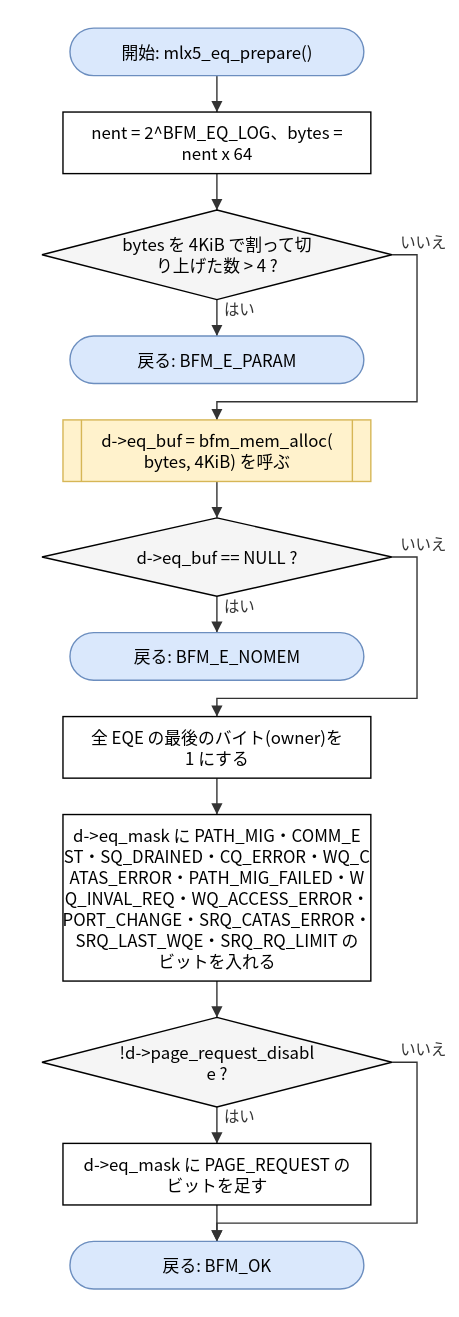
Before: doc/spec/images/flow_src_mlx5_cmd-mlx5_eq_prepare.drawio.svg, a diagram exported from draw.io (hf355051012-ai/bfmem). Source tidied: cells renumbered, new cells last; positions are measured from the earlier drawing's top-left corner, leaving out a move shared by most shapes. The source it was exported from:
```xml
<mxGraphModel>
  <root>
    <mxCell id="0" />
    <mxCell id="1" parent="0" />
    <mxCell id="2" value="開始: mlx5_eq_prepare()" style="rounded=1;arcSize=50;whiteSpace=wrap;html=1;fillColor=#dae8fc;strokeColor=#6c8ebf;" parent="1" vertex="1">
      <mxGeometry x="20" width="210" height="34" as="geometry" />
    </mxCell>
    <mxCell id="3" value="nent = 2^BFM_EQ_LOG、bytes =&lt;br&gt;nent x 64" style="rounded=0;whiteSpace=wrap;html=1;" parent="1" vertex="1">
      <mxGeometry x="15" y="60" width="220" height="44" as="geometry" />
    </mxCell>
    <mxCell id="4" value="bytes を 4KiB で割って切&lt;br&gt;り上げた数 &amp;gt; 4 ?" style="rhombus;whiteSpace=wrap;html=1;fillColor=#f5f5f5;" parent="1" vertex="1">
      <mxGeometry y="130" width="250" height="64" as="geometry" />
    </mxCell>
    <mxCell id="5" value="戻る: BFM_E_PARAM" style="rounded=1;arcSize=50;whiteSpace=wrap;html=1;fillColor=#dae8fc;strokeColor=#6c8ebf;" parent="1" vertex="1">
      <mxGeometry x="20" y="220" width="210" height="34" as="geometry" />
    </mxCell>
    <mxCell id="6" value="d-&amp;gt;eq_buf = bfm_mem_alloc(&lt;br&gt;bytes, 4KiB) を呼ぶ" style="shape=process;whiteSpace=wrap;html=1;backgroundOutline=1;size=0.06;fillColor=#fff2cc;strokeColor=#d6b656;" parent="1" vertex="1">
      <mxGeometry x="15" y="280" width="220" height="44" as="geometry" />
    </mxCell>
    <mxCell id="7" value="d-&amp;gt;eq_buf == NULL ?" style="rhombus;whiteSpace=wrap;html=1;fillColor=#f5f5f5;" parent="1" vertex="1">
      <mxGeometry y="350" width="250" height="56" as="geometry" />
    </mxCell>
    <mxCell id="8" value="戻る: BFM_E_NOMEM" style="rounded=1;arcSize=50;whiteSpace=wrap;html=1;fillColor=#dae8fc;strokeColor=#6c8ebf;" parent="1" vertex="1">
      <mxGeometry x="20" y="432" width="210" height="34" as="geometry" />
    </mxCell>
    <mxCell id="9" value="全 EQE の最後のバイト(owner)を&lt;br&gt;1 にする" style="rounded=0;whiteSpace=wrap;html=1;" parent="1" vertex="1">
      <mxGeometry x="15" y="492" width="220" height="44" as="geometry" />
    </mxCell>
    <mxCell id="10" value="d-&amp;gt;eq_mask に PATH_MIG・COMM_E&lt;br&gt;ST・SQ_DRAINED・CQ_ERROR・WQ_C&lt;br&gt;ATAS_ERROR・PATH_MIG_FAILED・W&lt;br&gt;Q_INVAL_REQ・WQ_ACCESS_ERROR・&lt;br&gt;PORT_CHANGE・SRQ_CATAS_ERROR・&lt;br&gt;SRQ_LAST_WQE・SRQ_RQ_LIMIT の&lt;br&gt;ビットを入れる" style="rounded=0;whiteSpace=wrap;html=1;" parent="1" vertex="1">
      <mxGeometry x="15" y="562" width="220" height="119" as="geometry" />
    </mxCell>
    <mxCell id="11" value="!d-&amp;gt;page_request_disabl&lt;br&gt;e ?" style="rhombus;whiteSpace=wrap;html=1;fillColor=#f5f5f5;" parent="1" vertex="1">
      <mxGeometry y="707" width="250" height="64" as="geometry" />
    </mxCell>
    <mxCell id="12" value="d-&amp;gt;eq_mask に PAGE_REQUEST の&lt;br&gt;ビットを足す" style="rounded=0;whiteSpace=wrap;html=1;" parent="1" vertex="1">
      <mxGeometry x="15" y="797" width="220" height="44" as="geometry" />
    </mxCell>
    <mxCell id="13" value="戻る: BFM_OK" style="rounded=1;arcSize=50;whiteSpace=wrap;html=1;fillColor=#dae8fc;strokeColor=#6c8ebf;" parent="1" vertex="1">
      <mxGeometry x="20" y="867" width="210" height="34" as="geometry" />
    </mxCell>
    <mxCell id="14" style="edgeStyle=none;html=1;rounded=0;endArrow=block;endFill=1;exitX=0.5000;exitY=1.0000;exitDx=0;exitDy=0;exitPerimeter=0;entryX=0.5000;entryY=0.0000;entryDx=0;entryDy=0;entryPerimeter=0;" parent="1" edge="1" source="2" target="3">
      <mxGeometry relative="1" as="geometry" />
    </mxCell>
    <mxCell id="15" style="edgeStyle=none;html=1;rounded=0;endArrow=block;endFill=1;exitX=0.5000;exitY=1.0000;exitDx=0;exitDy=0;exitPerimeter=0;entryX=0.5000;entryY=0.0000;entryDx=0;entryDy=0;entryPerimeter=0;" parent="1" edge="1" source="3" target="4">
      <mxGeometry relative="1" as="geometry" />
    </mxCell>
    <mxCell id="16" value="はい" style="edgeStyle=none;html=1;rounded=0;endArrow=block;endFill=1;exitX=0.5000;exitY=1.0000;exitDx=0;exitDy=0;exitPerimeter=0;entryX=0.5000;entryY=0.0000;entryDx=0;entryDy=0;entryPerimeter=0;" parent="1" edge="1" source="4" target="5">
      <mxGeometry relative="1" as="geometry" />
    </mxCell>
    <mxCell id="17" value="いいえ" style="edgeStyle=none;html=1;rounded=0;endArrow=block;endFill=1;exitX=1.0000;exitY=0.5000;exitDx=0;exitDy=0;exitPerimeter=0;entryX=0.5000;entryY=0.0000;entryDx=0;entryDy=0;entryPerimeter=0;" parent="1" edge="1" source="4" target="6">
      <mxGeometry relative="1" as="geometry">
        <Array as="points">
          <mxPoint x="268" y="162" />
          <mxPoint x="268" y="267" />
          <mxPoint x="125" y="267" />
        </Array>
      </mxGeometry>
    </mxCell>
    <mxCell id="18" style="edgeStyle=none;html=1;rounded=0;endArrow=block;endFill=1;exitX=0.5000;exitY=1.0000;exitDx=0;exitDy=0;exitPerimeter=0;entryX=0.5000;entryY=0.0000;entryDx=0;entryDy=0;entryPerimeter=0;" parent="1" edge="1" source="6" target="7">
      <mxGeometry relative="1" as="geometry" />
    </mxCell>
    <mxCell id="19" value="はい" style="edgeStyle=none;html=1;rounded=0;endArrow=block;endFill=1;exitX=0.5000;exitY=1.0000;exitDx=0;exitDy=0;exitPerimeter=0;entryX=0.5000;entryY=0.0000;entryDx=0;entryDy=0;entryPerimeter=0;" parent="1" edge="1" source="7" target="8">
      <mxGeometry relative="1" as="geometry" />
    </mxCell>
    <mxCell id="20" value="いいえ" style="edgeStyle=none;html=1;rounded=0;endArrow=block;endFill=1;exitX=1.0000;exitY=0.5000;exitDx=0;exitDy=0;exitPerimeter=0;entryX=0.5000;entryY=0.0000;entryDx=0;entryDy=0;entryPerimeter=0;" parent="1" edge="1" source="7" target="9">
      <mxGeometry relative="1" as="geometry">
        <Array as="points">
          <mxPoint x="268" y="378" />
          <mxPoint x="268" y="479" />
          <mxPoint x="125" y="479" />
        </Array>
      </mxGeometry>
    </mxCell>
    <mxCell id="21" style="edgeStyle=none;html=1;rounded=0;endArrow=block;endFill=1;exitX=0.5000;exitY=1.0000;exitDx=0;exitDy=0;exitPerimeter=0;entryX=0.5000;entryY=0.0000;entryDx=0;entryDy=0;entryPerimeter=0;" parent="1" edge="1" source="9" target="10">
      <mxGeometry relative="1" as="geometry" />
    </mxCell>
    <mxCell id="22" style="edgeStyle=none;html=1;rounded=0;endArrow=block;endFill=1;exitX=0.5000;exitY=1.0000;exitDx=0;exitDy=0;exitPerimeter=0;entryX=0.5000;entryY=0.0000;entryDx=0;entryDy=0;entryPerimeter=0;" parent="1" edge="1" source="10" target="11">
      <mxGeometry relative="1" as="geometry" />
    </mxCell>
    <mxCell id="23" value="はい" style="edgeStyle=none;html=1;rounded=0;endArrow=block;endFill=1;exitX=0.5000;exitY=1.0000;exitDx=0;exitDy=0;exitPerimeter=0;entryX=0.5000;entryY=0.0000;entryDx=0;entryDy=0;entryPerimeter=0;" parent="1" edge="1" source="11" target="12">
      <mxGeometry relative="1" as="geometry" />
    </mxCell>
    <mxCell id="24" style="edgeStyle=none;html=1;rounded=0;endArrow=block;endFill=1;exitX=0.5000;exitY=1.0000;exitDx=0;exitDy=0;exitPerimeter=0;entryX=0.5000;entryY=0.0000;entryDx=0;entryDy=0;entryPerimeter=0;" parent="1" edge="1" source="12" target="13">
      <mxGeometry relative="1" as="geometry" />
    </mxCell>
    <mxCell id="25" value="いいえ" style="edgeStyle=none;html=1;rounded=0;endArrow=block;endFill=1;exitX=1.0000;exitY=0.5000;exitDx=0;exitDy=0;exitPerimeter=0;entryX=0.5000;entryY=0.0000;entryDx=0;entryDy=0;entryPerimeter=0;" parent="1" edge="1" source="11" target="13">
      <mxGeometry relative="1" as="geometry">
        <Array as="points">
          <mxPoint x="268" y="739" />
          <mxPoint x="268" y="854" />
          <mxPoint x="125" y="854" />
        </Array>
      </mxGeometry>
    </mxCell>
  </root>
</mxGraphModel>
```
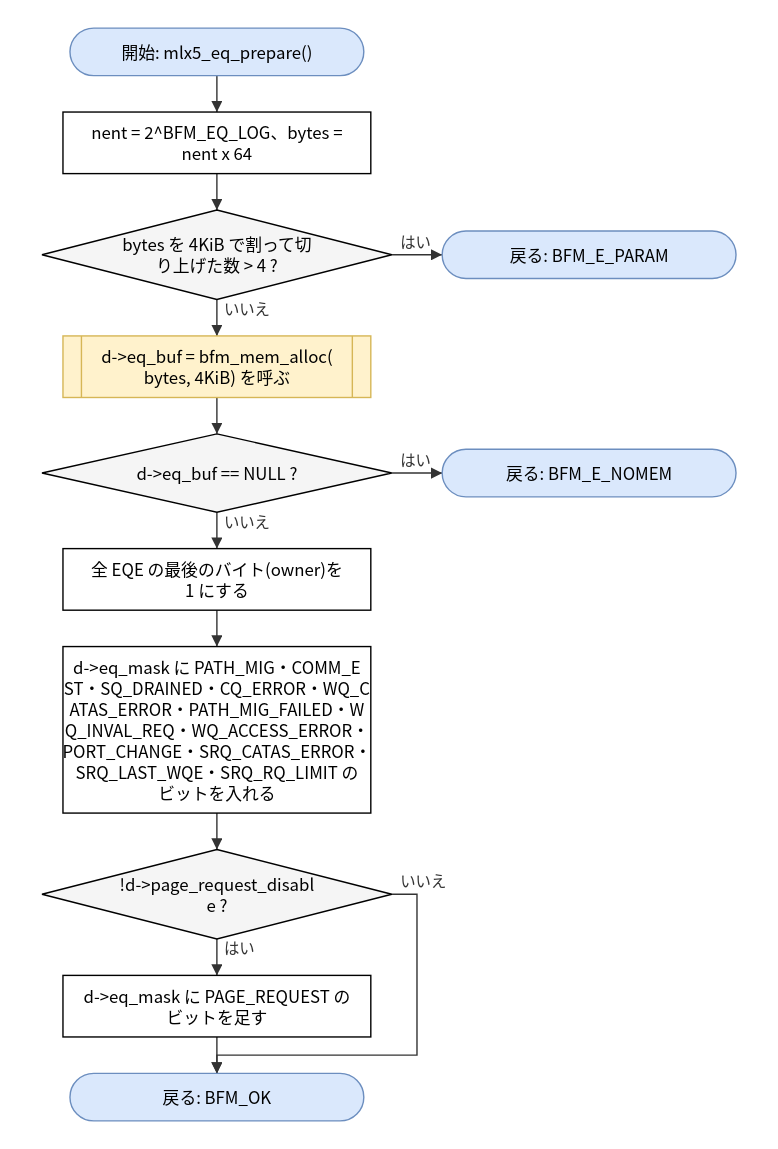
After the commit.

The edit, as a diff of the source:
```diff
@@ -12,31 +12,31 @@
       <mxGeometry y="130" width="250" height="64" as="geometry" />
     </mxCell>
     <mxCell id="5" value="戻る: BFM_E_PARAM" style="rounded=1;arcSize=50;whiteSpace=wrap;html=1;fillColor=#dae8fc;strokeColor=#6c8ebf;" parent="1" vertex="1">
-      <mxGeometry x="20" y="220" width="210" height="34" as="geometry" />
+      <mxGeometry x="286" y="145" width="210" height="34" as="geometry" />
     </mxCell>
     <mxCell id="6" value="d-&amp;gt;eq_buf = bfm_mem_alloc(&lt;br&gt;bytes, 4KiB) を呼ぶ" style="shape=process;whiteSpace=wrap;html=1;backgroundOutline=1;size=0.06;fillColor=#fff2cc;strokeColor=#d6b656;" parent="1" vertex="1">
-      <mxGeometry x="15" y="280" width="220" height="44" as="geometry" />
+      <mxGeometry x="15" y="220" width="220" height="44" as="geometry" />
     </mxCell>
     <mxCell id="7" value="d-&amp;gt;eq_buf == NULL ?" style="rhombus;whiteSpace=wrap;html=1;fillColor=#f5f5f5;" parent="1" vertex="1">
-      <mxGeometry y="350" width="250" height="56" as="geometry" />
+      <mxGeometry y="290" width="250" height="56" as="geometry" />
     </mxCell>
     <mxCell id="8" value="戻る: BFM_E_NOMEM" style="rounded=1;arcSize=50;whiteSpace=wrap;html=1;fillColor=#dae8fc;strokeColor=#6c8ebf;" parent="1" vertex="1">
-      <mxGeometry x="20" y="432" width="210" height="34" as="geometry" />
+      <mxGeometry x="286" y="301" width="210" height="34" as="geometry" />
     </mxCell>
     <mxCell id="9" value="全 EQE の最後のバイト(owner)を&lt;br&gt;1 にする" style="rounded=0;whiteSpace=wrap;html=1;" parent="1" vertex="1">
-      <mxGeometry x="15" y="492" width="220" height="44" as="geometry" />
+      <mxGeometry x="15" y="372" width="220" height="44" as="geometry" />
     </mxCell>
     <mxCell id="10" value="d-&amp;gt;eq_mask に PATH_MIG・COMM_E&lt;br&gt;ST・SQ_DRAINED・CQ_ERROR・WQ_C&lt;br&gt;ATAS_ERROR・PATH_MIG_FAILED・W&lt;br&gt;Q_INVAL_REQ・WQ_ACCESS_ERROR・&lt;br&gt;PORT_CHANGE・SRQ_CATAS_ERROR・&lt;br&gt;SRQ_LAST_WQE・SRQ_RQ_LIMIT の&lt;br&gt;ビットを入れる" style="rounded=0;whiteSpace=wrap;html=1;" parent="1" vertex="1">
-      <mxGeometry x="15" y="562" width="220" height="119" as="geometry" />
+      <mxGeometry x="15" y="442" width="220" height="119" as="geometry" />
     </mxCell>
     <mxCell id="11" value="!d-&amp;gt;page_request_disabl&lt;br&gt;e ?" style="rhombus;whiteSpace=wrap;html=1;fillColor=#f5f5f5;" parent="1" vertex="1">
-      <mxGeometry y="707" width="250" height="64" as="geometry" />
+      <mxGeometry y="587" width="250" height="64" as="geometry" />
     </mxCell>
     <mxCell id="12" value="d-&amp;gt;eq_mask に PAGE_REQUEST の&lt;br&gt;ビットを足す" style="rounded=0;whiteSpace=wrap;html=1;" parent="1" vertex="1">
-      <mxGeometry x="15" y="797" width="220" height="44" as="geometry" />
+      <mxGeometry x="15" y="677" width="220" height="44" as="geometry" />
     </mxCell>
     <mxCell id="13" value="戻る: BFM_OK" style="rounded=1;arcSize=50;whiteSpace=wrap;html=1;fillColor=#dae8fc;strokeColor=#6c8ebf;" parent="1" vertex="1">
-      <mxGeometry x="20" y="867" width="210" height="34" as="geometry" />
+      <mxGeometry x="20" y="747" width="210" height="34" as="geometry" />
     </mxCell>
     <mxCell id="14" style="edgeStyle=none;html=1;rounded=0;endArrow=block;endFill=1;exitX=0.5000;exitY=1.0000;exitDx=0;exitDy=0;exitPerimeter=0;entryX=0.5000;entryY=0.0000;entryDx=0;entryDy=0;entryPerimeter=0;" parent="1" edge="1" source="2" target="3">
       <mxGeometry relative="1" as="geometry" />
@@ -44,32 +44,20 @@
     <mxCell id="15" style="edgeStyle=none;html=1;rounded=0;endArrow=block;endFill=1;exitX=0.5000;exitY=1.0000;exitDx=0;exitDy=0;exitPerimeter=0;entryX=0.5000;entryY=0.0000;entryDx=0;entryDy=0;entryPerimeter=0;" parent="1" edge="1" source="3" target="4">
       <mxGeometry relative="1" as="geometry" />
     </mxCell>
-    <mxCell id="16" value="はい" style="edgeStyle=none;html=1;rounded=0;endArrow=block;endFill=1;exitX=0.5000;exitY=1.0000;exitDx=0;exitDy=0;exitPerimeter=0;entryX=0.5000;entryY=0.0000;entryDx=0;entryDy=0;entryPerimeter=0;" parent="1" edge="1" source="4" target="5">
+    <mxCell id="16" value="はい" style="edgeStyle=none;html=1;rounded=0;endArrow=block;endFill=1;exitX=1.0000;exitY=0.5000;exitDx=0;exitDy=0;exitPerimeter=0;entryX=0.0000;entryY=0.5000;entryDx=0;entryDy=0;entryPerimeter=0;" parent="1" edge="1" source="4" target="5">
       <mxGeometry relative="1" as="geometry" />
     </mxCell>
-    <mxCell id="17" value="いいえ" style="edgeStyle=none;html=1;rounded=0;endArrow=block;endFill=1;exitX=1.0000;exitY=0.5000;exitDx=0;exitDy=0;exitPerimeter=0;entryX=0.5000;entryY=0.0000;entryDx=0;entryDy=0;entryPerimeter=0;" parent="1" edge="1" source="4" target="6">
-      <mxGeometry relative="1" as="geometry">
-        <Array as="points">
-          <mxPoint x="268" y="162" />
-          <mxPoint x="268" y="267" />
-          <mxPoint x="125" y="267" />
-        </Array>
-      </mxGeometry>
+    <mxCell id="17" value="いいえ" style="edgeStyle=none;html=1;rounded=0;endArrow=block;endFill=1;exitX=0.5000;exitY=1.0000;exitDx=0;exitDy=0;exitPerimeter=0;entryX=0.5000;entryY=0.0000;entryDx=0;entryDy=0;entryPerimeter=0;" parent="1" edge="1" source="4" target="6">
+      <mxGeometry relative="1" as="geometry" />
     </mxCell>
     <mxCell id="18" style="edgeStyle=none;html=1;rounded=0;endArrow=block;endFill=1;exitX=0.5000;exitY=1.0000;exitDx=0;exitDy=0;exitPerimeter=0;entryX=0.5000;entryY=0.0000;entryDx=0;entryDy=0;entryPerimeter=0;" parent="1" edge="1" source="6" target="7">
       <mxGeometry relative="1" as="geometry" />
     </mxCell>
-    <mxCell id="19" value="はい" style="edgeStyle=none;html=1;rounded=0;endArrow=block;endFill=1;exitX=0.5000;exitY=1.0000;exitDx=0;exitDy=0;exitPerimeter=0;entryX=0.5000;entryY=0.0000;entryDx=0;entryDy=0;entryPerimeter=0;" parent="1" edge="1" source="7" target="8">
+    <mxCell id="19" value="はい" style="edgeStyle=none;html=1;rounded=0;endArrow=block;endFill=1;exitX=1.0000;exitY=0.5000;exitDx=0;exitDy=0;exitPerimeter=0;entryX=0.0000;entryY=0.5000;entryDx=0;entryDy=0;entryPerimeter=0;" parent="1" edge="1" source="7" target="8">
       <mxGeometry relative="1" as="geometry" />
     </mxCell>
-    <mxCell id="20" value="いいえ" style="edgeStyle=none;html=1;rounded=0;endArrow=block;endFill=1;exitX=1.0000;exitY=0.5000;exitDx=0;exitDy=0;exitPerimeter=0;entryX=0.5000;entryY=0.0000;entryDx=0;entryDy=0;entryPerimeter=0;" parent="1" edge="1" source="7" target="9">
-      <mxGeometry relative="1" as="geometry">
-        <Array as="points">
-          <mxPoint x="268" y="378" />
-          <mxPoint x="268" y="479" />
-          <mxPoint x="125" y="479" />
-        </Array>
-      </mxGeometry>
+    <mxCell id="20" value="いいえ" style="edgeStyle=none;html=1;rounded=0;endArrow=block;endFill=1;exitX=0.5000;exitY=1.0000;exitDx=0;exitDy=0;exitPerimeter=0;entryX=0.5000;entryY=0.0000;entryDx=0;entryDy=0;entryPerimeter=0;" parent="1" edge="1" source="7" target="9">
+      <mxGeometry relative="1" as="geometry" />
     </mxCell>
     <mxCell id="21" style="edgeStyle=none;html=1;rounded=0;endArrow=block;endFill=1;exitX=0.5000;exitY=1.0000;exitDx=0;exitDy=0;exitPerimeter=0;entryX=0.5000;entryY=0.0000;entryDx=0;entryDy=0;entryPerimeter=0;" parent="1" edge="1" source="9" target="10">
       <mxGeometry relative="1" as="geometry" />
@@ -86,9 +74,9 @@
     <mxCell id="25" value="いいえ" style="edgeStyle=none;html=1;rounded=0;endArrow=block;endFill=1;exitX=1.0000;exitY=0.5000;exitDx=0;exitDy=0;exitPerimeter=0;entryX=0.5000;entryY=0.0000;entryDx=0;entryDy=0;entryPerimeter=0;" parent="1" edge="1" source="11" target="13">
       <mxGeometry relative="1" as="geometry">
         <Array as="points">
-          <mxPoint x="268" y="739" />
-          <mxPoint x="268" y="854" />
-          <mxPoint x="125" y="854" />
+          <mxPoint x="268" y="619" />
+          <mxPoint x="268" y="734" />
+          <mxPoint x="125" y="734" />
         </Array>
       </mxGeometry>
     </mxCell>
```
